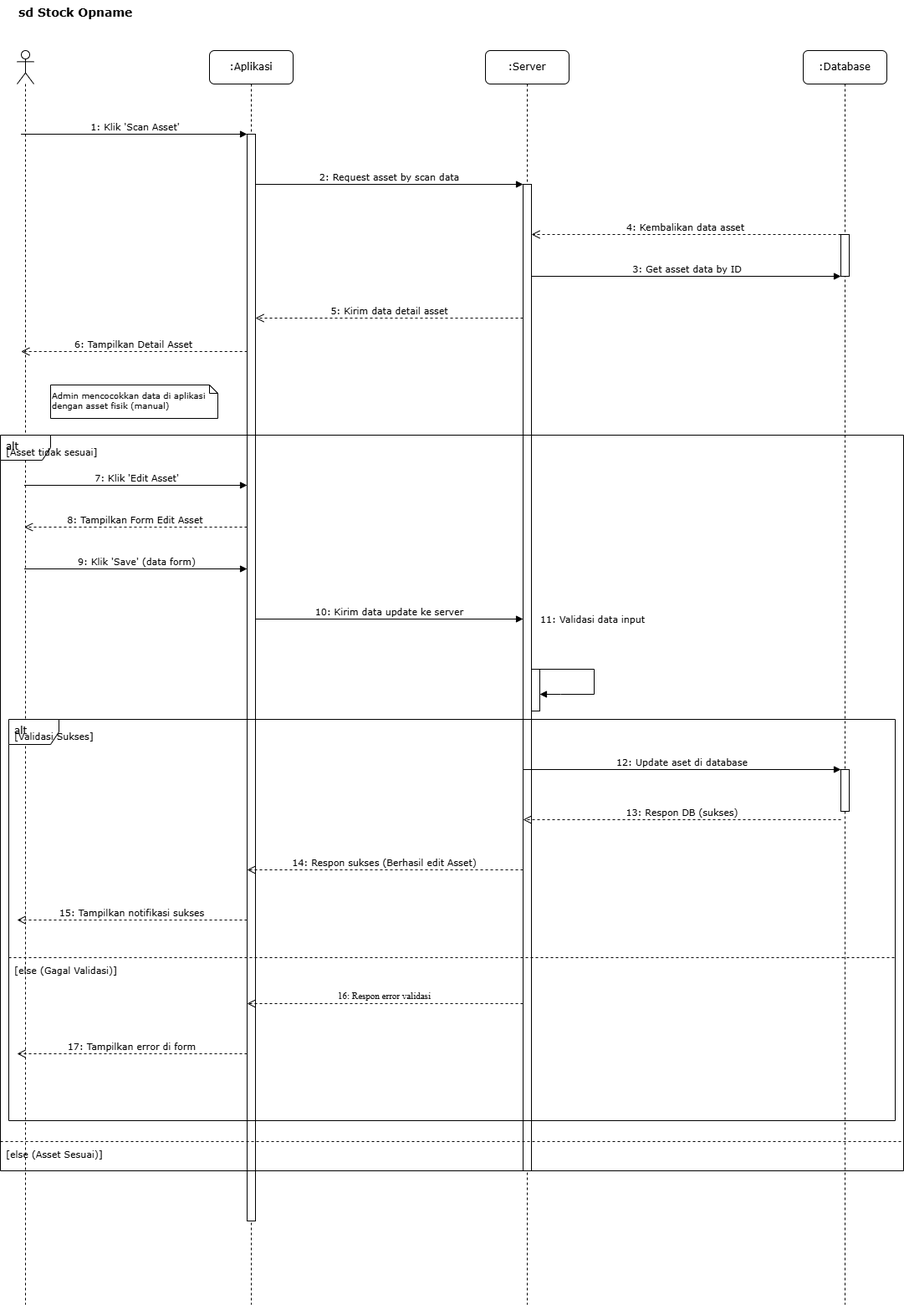
Rizz404/SKRIPSI_V2 keeps this draw.io diagram as Diagram/sequence-diagram-skripsi-melakukan-stock-opname.drawio.png. Above is the earlier version. Source tidied: cells renumbered, new cells last; positions are measured from the earlier drawing's top-left corner, leaving out a move shared by most shapes.
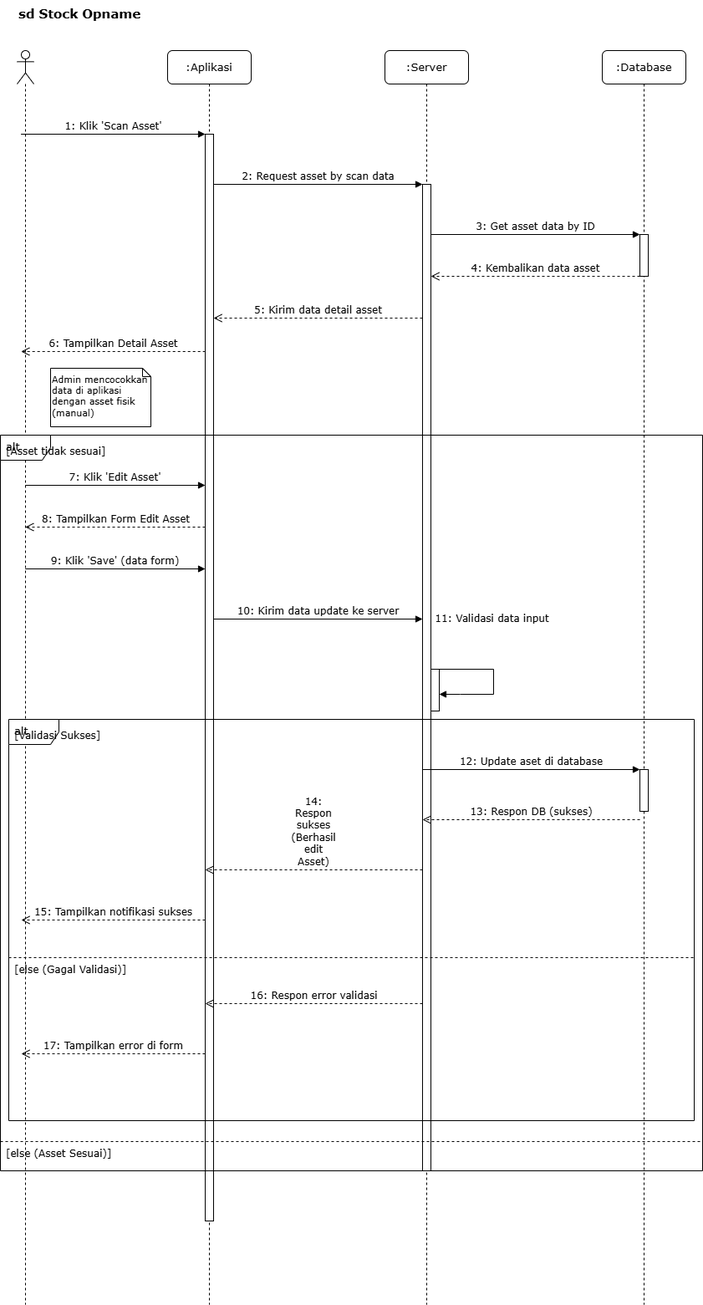
After the commit.

Diff of the diagram source:
```diff
@@ -2,162 +2,165 @@
   <root>
     <mxCell id="0" />
     <mxCell id="1" parent="0" />
-    <mxCell id="2" value="sd Stock Opname" style="text;html=1;strokeColor=none;fillColor=none;align=left;verticalAlign=top;whiteSpace=wrap;rounded=0;fontFamily=Verdana;fontSize=14;fontStyle=1;" parent="1" vertex="1">
-      <mxGeometry x="20" width="320" height="30" as="geometry" />
+    <mxCell id="2" value="sd Stock Opname" style="text;html=1;strokeColor=none;fillColor=none;align=left;verticalAlign=top;whiteSpace=wrap;rounded=0;fontFamily=Verdana;fontSize=15;fontStyle=1;" parent="1" vertex="1">
+      <mxGeometry x="-60" width="320" height="30" as="geometry" />
     </mxCell>
     <mxCell id="3" style="shape=umlLifeline;perimeter=lifelinePerimeter;whiteSpace=wrap;html=1;outlineConnect=0;portConstraint=eastwest;newEdgeStyle={&quot;curved&quot;:0,&quot;rounded&quot;:0};participant=umlActor;" parent="1" vertex="1">
-      <mxGeometry x="20" y="60" width="20" height="1500" as="geometry" />
+      <mxGeometry x="-60" y="60" width="20" height="1500" as="geometry" />
     </mxCell>
-    <mxCell id="4" value=":Aplikasi" style="shape=umlLifeline;perimeter=lifelinePerimeter;whiteSpace=wrap;html=1;rounded=1;shadow=0;comic=0;labelBackgroundColor=none;strokeWidth=1;fontFamily=Verdana;fontSize=12;align=center;" parent="1" vertex="1">
-      <mxGeometry x="250" y="60" width="100" height="1500" as="geometry" />
+    <mxCell id="4" value=":Aplikasi" style="shape=umlLifeline;perimeter=lifelinePerimeter;whiteSpace=wrap;html=1;rounded=1;shadow=0;comic=0;labelBackgroundColor=none;strokeWidth=1;fontFamily=Verdana;fontSize=13;align=center;" parent="1" vertex="1">
+      <mxGeometry x="120" y="60" width="100" height="1500" as="geometry" />
     </mxCell>
-    <mxCell id="5" value=":Server" style="shape=umlLifeline;perimeter=lifelinePerimeter;whiteSpace=wrap;html=1;rounded=1;shadow=0;comic=0;labelBackgroundColor=none;strokeWidth=1;fontFamily=Verdana;fontSize=12;align=center;" parent="1" vertex="1">
-      <mxGeometry x="580" y="60" width="100" height="1500" as="geometry" />
+    <mxCell id="5" value=":Server" style="shape=umlLifeline;perimeter=lifelinePerimeter;whiteSpace=wrap;html=1;rounded=1;shadow=0;comic=0;labelBackgroundColor=none;strokeWidth=1;fontFamily=Verdana;fontSize=13;align=center;" parent="1" vertex="1">
+      <mxGeometry x="380" y="60" width="100" height="1500" as="geometry" />
     </mxCell>
-    <mxCell id="6" value=":Database" style="shape=umlLifeline;perimeter=lifelinePerimeter;whiteSpace=wrap;html=1;rounded=1;shadow=0;comic=0;labelBackgroundColor=none;strokeWidth=1;fontFamily=Verdana;fontSize=12;align=center;" parent="1" vertex="1">
-      <mxGeometry x="960" y="60" width="100" height="1500" as="geometry" />
+    <mxCell id="6" value=":Database" style="shape=umlLifeline;perimeter=lifelinePerimeter;whiteSpace=wrap;html=1;rounded=1;shadow=0;comic=0;labelBackgroundColor=none;strokeWidth=1;fontFamily=Verdana;fontSize=13;align=center;" parent="1" vertex="1">
+      <mxGeometry x="640" y="60" width="100" height="1500" as="geometry" />
     </mxCell>
     <mxCell id="7" style="html=1;points=[];perimeter=orthogonalPerimeter;fillColor=#ffffff;strokeColor=#000000;strokeWidth=1;" parent="1" vertex="1">
-      <mxGeometry x="295" y="160" width="10" height="1300" as="geometry" />
+      <mxGeometry x="165" y="160" width="10" height="1300" as="geometry" />
     </mxCell>
     <mxCell id="8" style="html=1;points=[];perimeter=orthogonalPerimeter;fillColor=#ffffff;strokeColor=#000000;strokeWidth=1;" parent="1" vertex="1">
-      <mxGeometry x="625" y="220" width="10" height="1180" as="geometry" />
+      <mxGeometry x="425" y="220" width="10" height="1180" as="geometry" />
     </mxCell>
     <mxCell id="9" style="html=1;points=[];perimeter=orthogonalPerimeter;fillColor=#ffffff;strokeColor=#000000;strokeWidth=1;" parent="1" vertex="1">
-      <mxGeometry x="1005" y="280" width="10" height="50" as="geometry" />
+      <mxGeometry x="685" y="280" width="10" height="50" as="geometry" />
     </mxCell>
     <mxCell id="10" style="html=1;perimeter=orthogonalPerimeter;fillColor=#ffffff;strokeColor=#000000;strokeWidth=1;" parent="1" vertex="1">
-      <mxGeometry x="1005" y="920" width="10" height="50" as="geometry" />
+      <mxGeometry x="685" y="920" width="10" height="50" as="geometry" />
     </mxCell>
-    <mxCell id="11" value="1: Klik 'Scan Asset'" style="html=1;verticalAlign=bottom;labelBackgroundColor=none;endArrow=block;rounded=0;fontFamily=Verdana;fontSize=11;" parent="1" edge="1">
+    <mxCell id="11" value="1: Klik 'Scan Asset'" style="html=1;verticalAlign=bottom;labelBackgroundColor=none;endArrow=block;rounded=0;fontFamily=Verdana;fontSize=12;" parent="1" edge="1">
       <mxGeometry relative="1" as="geometry">
-        <mxPoint x="24.6" y="160" as="sourcePoint" />
-        <mxPoint x="295" y="160" as="targetPoint" />
+        <mxPoint x="-55.4" y="160" as="sourcePoint" />
+        <mxPoint x="165" y="160" as="targetPoint" />
       </mxGeometry>
     </mxCell>
-    <mxCell id="12" value="2: Request asset by scan data" style="html=1;verticalAlign=bottom;endArrow=block;labelBackgroundColor=none;fontFamily=Verdana;fontSize=11;" parent="1" edge="1" source="7">
+    <mxCell id="12" value="2: Request asset by scan data" style="html=1;verticalAlign=bottom;endArrow=block;labelBackgroundColor=none;fontFamily=Verdana;fontSize=12;" parent="1" edge="1" source="7">
       <mxGeometry relative="1" as="geometry">
-        <mxPoint x="625" y="220" as="targetPoint" />
+        <mxPoint x="425" y="220" as="targetPoint" />
       </mxGeometry>
     </mxCell>
-    <mxCell id="13" value="3: Get asset data by ID" style="html=1;verticalAlign=bottom;endArrow=block;labelBackgroundColor=none;fontFamily=Verdana;fontSize=11;" parent="1" edge="1" source="8" target="9">
-      <mxGeometry relative="1" as="geometry" />
+    <mxCell id="13" value="3: Get asset data by ID" style="html=1;verticalAlign=bottom;endArrow=block;labelBackgroundColor=none;fontFamily=Verdana;fontSize=12;" parent="1" edge="1">
+      <mxGeometry relative="1" as="geometry">
+        <mxPoint x="435" y="280" as="sourcePoint" />
+        <mxPoint x="685" y="280" as="targetPoint" />
+      </mxGeometry>
     </mxCell>
-    <mxCell id="14" value="4: Kembalikan data asset" style="html=1;verticalAlign=bottom;endArrow=open;dashed=1;endSize=8;labelBackgroundColor=none;fontFamily=Verdana;fontSize=11;" parent="1" edge="1">
+    <mxCell id="14" value="4: Kembalikan data asset" style="html=1;verticalAlign=bottom;endArrow=open;dashed=1;endSize=8;labelBackgroundColor=none;fontFamily=Verdana;fontSize=12;" parent="1" edge="1">
       <mxGeometry relative="1" as="geometry">
-        <mxPoint x="1005" y="280" as="sourcePoint" />
-        <mxPoint x="635" y="280" as="targetPoint" />
+        <mxPoint x="685" y="330" as="sourcePoint" />
+        <mxPoint x="435" y="330" as="targetPoint" />
       </mxGeometry>
     </mxCell>
-    <mxCell id="15" value="5: Kirim data detail asset" style="html=1;verticalAlign=bottom;endArrow=open;dashed=1;endSize=8;labelBackgroundColor=none;fontFamily=Verdana;fontSize=11;" parent="1" edge="1">
+    <mxCell id="15" value="5: Kirim data detail asset" style="html=1;verticalAlign=bottom;endArrow=open;dashed=1;endSize=8;labelBackgroundColor=none;fontFamily=Verdana;fontSize=12;" parent="1" edge="1">
       <mxGeometry relative="1" as="geometry">
-        <mxPoint x="625" y="380" as="sourcePoint" />
-        <mxPoint x="305" y="380" as="targetPoint" />
+        <mxPoint x="425" y="380" as="sourcePoint" />
+        <mxPoint x="175" y="380" as="targetPoint" />
       </mxGeometry>
     </mxCell>
-    <mxCell id="16" value="6: Tampilkan Detail Asset" style="html=1;verticalAlign=bottom;endArrow=open;dashed=1;endSize=8;labelBackgroundColor=none;fontFamily=Verdana;fontSize=11;" parent="1" edge="1">
+    <mxCell id="16" value="6: Tampilkan Detail Asset" style="html=1;verticalAlign=bottom;endArrow=open;dashed=1;endSize=8;labelBackgroundColor=none;fontFamily=Verdana;fontSize=12;" parent="1" edge="1">
       <mxGeometry relative="1" as="geometry">
-        <mxPoint x="295.2" y="420" as="sourcePoint" />
-        <mxPoint x="24.8" y="420" as="targetPoint" />
+        <mxPoint x="165.2" y="420" as="sourcePoint" />
+        <mxPoint x="-55.2" y="420" as="targetPoint" />
       </mxGeometry>
     </mxCell>
-    <mxCell id="17" value="Admin mencocokkan data di aplikasi&lt;br&gt;dengan asset fisik (manual)" style="shape=note;whiteSpace=wrap;html=1;size=10;verticalAlign=top;align=left;fontFamily=Verdana;fontSize=10;" parent="1" vertex="1">
-      <mxGeometry x="60" y="460" width="200" height="40" as="geometry" />
+    <mxCell id="17" value="Admin mencocokkan data di aplikasi&lt;br&gt;dengan asset fisik (manual)" style="shape=note;whiteSpace=wrap;html=1;size=10;verticalAlign=top;align=left;fontFamily=Verdana;fontSize=11;" parent="1" vertex="1">
+      <mxGeometry x="-20" y="440" width="120" height="70" as="geometry" />
     </mxCell>
-    <mxCell id="18" value="alt" style="shape=umlFrame;whiteSpace=wrap;html=1;verticalAlign=top;align=left;spacingLeft=5;fontFamily=Verdana;fontSize=12;" parent="1" vertex="1">
-      <mxGeometry y="520" width="1080" height="880" as="geometry" />
+    <mxCell id="18" value="alt" style="shape=umlFrame;whiteSpace=wrap;html=1;verticalAlign=top;align=left;spacingLeft=5;fontFamily=Verdana;fontSize=13;" parent="1" vertex="1">
+      <mxGeometry x="-80" y="520" width="840" height="880" as="geometry" />
     </mxCell>
-    <mxCell id="19" value="[Asset tidak sesuai]" style="text;html=1;align=left;verticalAlign=middle;strokeColor=none;fillColor=none;fontFamily=Verdana;fontSize=11;" parent="18" vertex="1">
-      <mxGeometry x="5" y="5" width="130" height="30" as="geometry" />
+    <mxCell id="19" value="[Asset tidak sesuai]" style="text;html=1;align=left;verticalAlign=middle;strokeColor=none;fillColor=none;fontFamily=Verdana;fontSize=12;" parent="18" vertex="1">
+      <mxGeometry x="5" y="5" width="140" height="30" as="geometry" />
     </mxCell>
-    <mxCell id="20" value="7: Klik 'Edit Asset'" style="html=1;verticalAlign=bottom;labelBackgroundColor=none;endArrow=block;rounded=0;fontFamily=Verdana;fontSize=11;" parent="18" edge="1" source="3">
+    <mxCell id="20" value="7: Klik 'Edit Asset'" style="html=1;verticalAlign=bottom;labelBackgroundColor=none;endArrow=block;rounded=0;fontFamily=Verdana;fontSize=12;" parent="18" edge="1" source="3">
       <mxGeometry relative="1" as="geometry">
-        <mxPoint x="295" y="60" as="targetPoint" />
+        <mxPoint x="245" y="60" as="targetPoint" />
       </mxGeometry>
     </mxCell>
-    <mxCell id="21" value="8: Tampilkan Form Edit Asset" style="html=1;verticalAlign=bottom;endArrow=open;dashed=1;endSize=8;labelBackgroundColor=none;fontFamily=Verdana;fontSize=11;" parent="18" edge="1" target="3">
+    <mxCell id="21" value="8: Tampilkan Form Edit Asset" style="html=1;verticalAlign=bottom;endArrow=open;dashed=1;endSize=8;labelBackgroundColor=none;fontFamily=Verdana;fontSize=12;" parent="18" edge="1" target="3">
       <mxGeometry relative="1" as="geometry">
-        <mxPoint x="295" y="110" as="sourcePoint" />
+        <mxPoint x="245" y="110" as="sourcePoint" />
       </mxGeometry>
     </mxCell>
-    <mxCell id="22" value="9: Klik 'Save' (data form)" style="html=1;verticalAlign=bottom;labelBackgroundColor=none;endArrow=block;rounded=0;fontFamily=Verdana;fontSize=11;" parent="18" edge="1" source="3">
+    <mxCell id="22" value="9: Klik 'Save' (data form)" style="html=1;verticalAlign=bottom;labelBackgroundColor=none;endArrow=block;rounded=0;fontFamily=Verdana;fontSize=12;" parent="18" edge="1" source="3">
       <mxGeometry relative="1" as="geometry">
-        <mxPoint x="295" y="160" as="targetPoint" />
+        <mxPoint x="245" y="160" as="targetPoint" />
       </mxGeometry>
     </mxCell>
-    <mxCell id="23" value="10: Kirim data update ke server" style="html=1;verticalAlign=bottom;endArrow=block;labelBackgroundColor=none;fontFamily=Verdana;fontSize=11;" parent="18" edge="1">
+    <mxCell id="23" value="10: Kirim data update ke server" style="html=1;verticalAlign=bottom;endArrow=block;labelBackgroundColor=none;fontFamily=Verdana;fontSize=12;" parent="18" edge="1">
       <mxGeometry relative="1" as="geometry">
-        <mxPoint x="305" y="220" as="sourcePoint" />
-        <mxPoint x="625" y="220" as="targetPoint" />
+        <mxPoint x="255" y="220" as="sourcePoint" />
+        <mxPoint x="505" y="220" as="targetPoint" />
       </mxGeometry>
     </mxCell>
     <mxCell id="24" style="html=1;points=[];perimeter=orthogonalPerimeter;fillColor=#ffffff;strokeColor=#000000;strokeWidth=1;" parent="18" vertex="1">
-      <mxGeometry x="635" y="280" width="10" height="50" as="geometry" />
+      <mxGeometry x="515" y="280" width="10" height="50" as="geometry" />
     </mxCell>
-    <mxCell id="25" value="11: Validasi data input" style="html=1;verticalAlign=bottom;endArrow=block;curved=0;labelBackgroundColor=none;fontFamily=Verdana;fontSize=11;rounded=0;" parent="18" edge="1" target="24">
+    <mxCell id="25" value="11: Validasi data input" style="html=1;verticalAlign=bottom;endArrow=block;curved=0;labelBackgroundColor=none;fontFamily=Verdana;fontSize=12;rounded=0;" parent="18" edge="1" target="24">
       <mxGeometry x="-0.13" y="41" relative="1" as="geometry">
-        <mxPoint x="635" y="280" as="sourcePoint" />
+        <mxPoint x="515" y="280" as="sourcePoint" />
         <Array as="points">
-          <mxPoint x="710" y="280" />
-          <mxPoint x="710" y="310" />
-          <mxPoint x="670" y="310" />
+          <mxPoint x="590" y="280" />
+          <mxPoint x="590" y="310" />
+          <mxPoint x="550" y="310" />
         </Array>
         <mxPoint x="-1" y="-10" as="offset" />
       </mxGeometry>
     </mxCell>
-    <mxCell id="26" value="alt" style="shape=umlFrame;whiteSpace=wrap;html=1;verticalAlign=top;align=left;spacingLeft=5;fontFamily=Verdana;fontSize=12;" parent="18" vertex="1">
-      <mxGeometry x="10" y="340" width="1060" height="480" as="geometry" />
+    <mxCell id="26" value="alt" style="shape=umlFrame;whiteSpace=wrap;html=1;verticalAlign=top;align=left;spacingLeft=5;fontFamily=Verdana;fontSize=13;" parent="18" vertex="1">
+      <mxGeometry x="10" y="340" width="820" height="480" as="geometry" />
     </mxCell>
-    <mxCell id="27" value="[Validasi Sukses]" style="text;html=1;align=left;verticalAlign=middle;strokeColor=none;fillColor=none;fontFamily=Verdana;fontSize=11;" parent="26" vertex="1">
-      <mxGeometry x="5" y="5" width="110" height="30" as="geometry" />
+    <mxCell id="27" value="[Validasi Sukses]" style="text;html=1;align=left;verticalAlign=middle;strokeColor=none;fillColor=none;fontFamily=Verdana;fontSize=12;" parent="26" vertex="1">
+      <mxGeometry x="5" y="5" width="120" height="30" as="geometry" />
     </mxCell>
-    <mxCell id="28" value="12: Update aset di database" style="html=1;verticalAlign=bottom;endArrow=block;labelBackgroundColor=none;fontFamily=Verdana;fontSize=11;" parent="26" edge="1">
+    <mxCell id="28" value="12: Update aset di database" style="html=1;verticalAlign=bottom;endArrow=block;labelBackgroundColor=none;fontFamily=Verdana;fontSize=12;" parent="26" edge="1">
       <mxGeometry relative="1" as="geometry">
-        <mxPoint x="615" y="60" as="sourcePoint" />
-        <mxPoint x="995" y="60" as="targetPoint" />
+        <mxPoint x="495" y="60" as="sourcePoint" />
+        <mxPoint x="755" y="60" as="targetPoint" />
       </mxGeometry>
     </mxCell>
-    <mxCell id="29" value="13: Respon DB (sukses)" style="html=1;verticalAlign=bottom;endArrow=open;dashed=1;endSize=8;labelBackgroundColor=none;fontFamily=Verdana;fontSize=11;" parent="26" edge="1">
+    <mxCell id="29" value="13: Respon DB (sukses)" style="html=1;verticalAlign=bottom;endArrow=open;dashed=1;endSize=8;labelBackgroundColor=none;fontFamily=Verdana;fontSize=12;" parent="26" edge="1">
       <mxGeometry relative="1" as="geometry">
-        <mxPoint x="995" y="120" as="sourcePoint" />
-        <mxPoint x="615" y="120" as="targetPoint" />
+        <mxPoint x="755" y="120" as="sourcePoint" />
+        <mxPoint x="495" y="120" as="targetPoint" />
       </mxGeometry>
     </mxCell>
-    <mxCell id="30" value="14: Respon sukses (Berhasil edit Asset)" style="html=1;verticalAlign=bottom;endArrow=open;dashed=1;endSize=8;labelBackgroundColor=none;fontFamily=Verdana;fontSize=11;" parent="26" edge="1">
+    <mxCell id="30" value="14: Respon sukses (Berhasil edit Asset)" style="html=1;verticalAlign=bottom;endArrow=open;dashed=1;endSize=8;labelBackgroundColor=none;fontFamily=Verdana;fontSize=12;whiteSpace=wrap;" parent="26" edge="1">
       <mxGeometry relative="1" as="geometry">
-        <mxPoint x="615" y="180" as="sourcePoint" />
-        <mxPoint x="285" y="180" as="targetPoint" />
+        <mxPoint x="495" y="180" as="sourcePoint" />
+        <mxPoint x="235" y="180" as="targetPoint" />
       </mxGeometry>
     </mxCell>
-    <mxCell id="31" value="15: Tampilkan notifikasi sukses" style="html=1;verticalAlign=bottom;endArrow=open;dashed=1;endSize=8;labelBackgroundColor=none;fontFamily=Verdana;fontSize=11;" parent="26" edge="1">
+    <mxCell id="31" value="15: Tampilkan notifikasi sukses" style="html=1;verticalAlign=bottom;endArrow=open;dashed=1;endSize=8;labelBackgroundColor=none;fontFamily=Verdana;fontSize=12;" parent="26" edge="1">
       <mxGeometry relative="1" as="geometry">
-        <mxPoint x="285" y="240" as="sourcePoint" />
-        <mxPoint x="10" y="240" as="targetPoint" />
+        <mxPoint x="235" y="240" as="sourcePoint" />
+        <mxPoint x="15" y="240" as="targetPoint" />
       </mxGeometry>
     </mxCell>
     <mxCell id="32" style="line;html=1;strokeWidth=1;dashed=1;align=center;verticalAlign=middle;" parent="26" vertex="1">
-      <mxGeometry y="280" width="1060" height="10" as="geometry" />
+      <mxGeometry y="280" width="820" height="10" as="geometry" />
     </mxCell>
-    <mxCell id="33" value="[else (Gagal Validasi)]" style="text;html=1;align=left;verticalAlign=middle;strokeColor=none;fillColor=none;fontFamily=Verdana;fontSize=11;" parent="26" vertex="1">
-      <mxGeometry x="5" y="285" width="140" height="30" as="geometry" />
+    <mxCell id="33" value="[else (Gagal Validasi)]" style="text;html=1;align=left;verticalAlign=middle;strokeColor=none;fillColor=none;fontFamily=Verdana;fontSize=12;" parent="26" vertex="1">
+      <mxGeometry x="5" y="285" width="150" height="30" as="geometry" />
     </mxCell>
-    <mxCell id="34" value="16: Respon error validasi" style="html=1;verticalAlign=bottom;endArrow=open;dashed=1;endSize=8;labelBackgroundColor=none;fontFamily=Verdanation;fontSize=11;" parent="26" edge="1">
+    <mxCell id="34" value="16: Respon error validasi" style="html=1;verticalAlign=bottom;endArrow=open;dashed=1;endSize=8;labelBackgroundColor=none;fontFamily=Verdana;fontSize=12;" parent="26" edge="1">
       <mxGeometry relative="1" as="geometry">
-        <mxPoint x="615" y="340" as="sourcePoint" />
-        <mxPoint x="285" y="340" as="targetPoint" />
+        <mxPoint x="495" y="340" as="sourcePoint" />
+        <mxPoint x="235" y="340" as="targetPoint" />
       </mxGeometry>
     </mxCell>
-    <mxCell id="35" value="17: Tampilkan error di form" style="html=1;verticalAlign=bottom;endArrow=open;dashed=1;endSize=8;labelBackgroundColor=none;fontFamily=Verdana;fontSize=11;" parent="26" edge="1">
+    <mxCell id="35" value="17: Tampilkan error di form" style="html=1;verticalAlign=bottom;endArrow=open;dashed=1;endSize=8;labelBackgroundColor=none;fontFamily=Verdana;fontSize=12;" parent="26" edge="1">
       <mxGeometry relative="1" as="geometry">
-        <mxPoint x="285" y="400" as="sourcePoint" />
-        <mxPoint x="10" y="400" as="targetPoint" />
+        <mxPoint x="235" y="400" as="sourcePoint" />
+        <mxPoint x="15" y="400" as="targetPoint" />
       </mxGeometry>
     </mxCell>
     <mxCell id="36" style="line;html=1;strokeWidth=1;dashed=1;align=center;verticalAlign=middle;" parent="18" vertex="1">
-      <mxGeometry y="840" width="1080" height="10" as="geometry" />
+      <mxGeometry y="840" width="840" height="10" as="geometry" />
     </mxCell>
-    <mxCell id="37" value="[else (Asset Sesuai)]" style="text;html=1;align=left;verticalAlign=middle;strokeColor=none;fillColor=none;fontFamily=Verdana;fontSize=11;" parent="18" vertex="1">
-      <mxGeometry x="5" y="845" width="130" height="30" as="geometry" />
+    <mxCell id="37" value="[else (Asset Sesuai)]" style="text;html=1;align=left;verticalAlign=middle;strokeColor=none;fillColor=none;fontFamily=Verdana;fontSize=12;" parent="18" vertex="1">
+      <mxGeometry x="5" y="845" width="140" height="30" as="geometry" />
     </mxCell>
   </root>
 </mxGraphModel>
```
